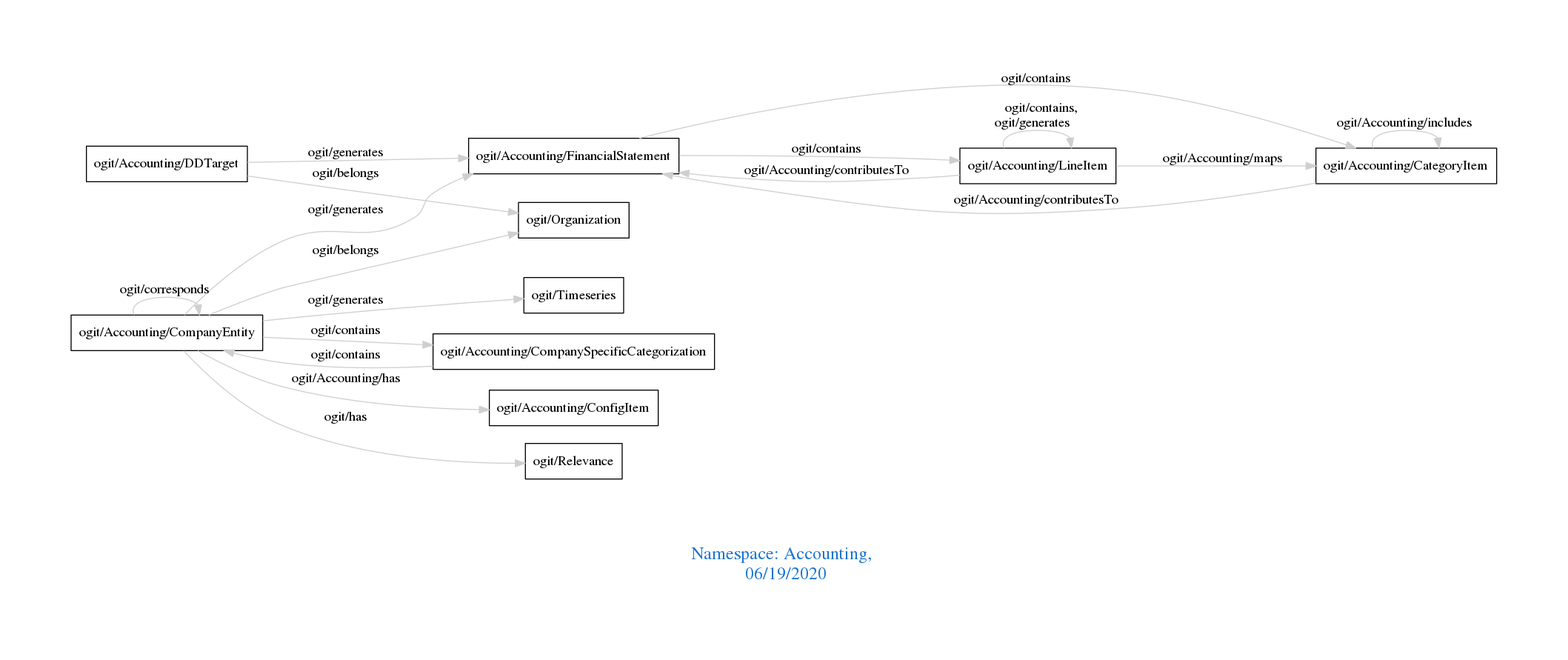
arago/OGIT keeps this Graphviz diagram as downloads/Accounting.png. Above is the earlier version. Its source is kept beside it as downloads/Accounting.dot.
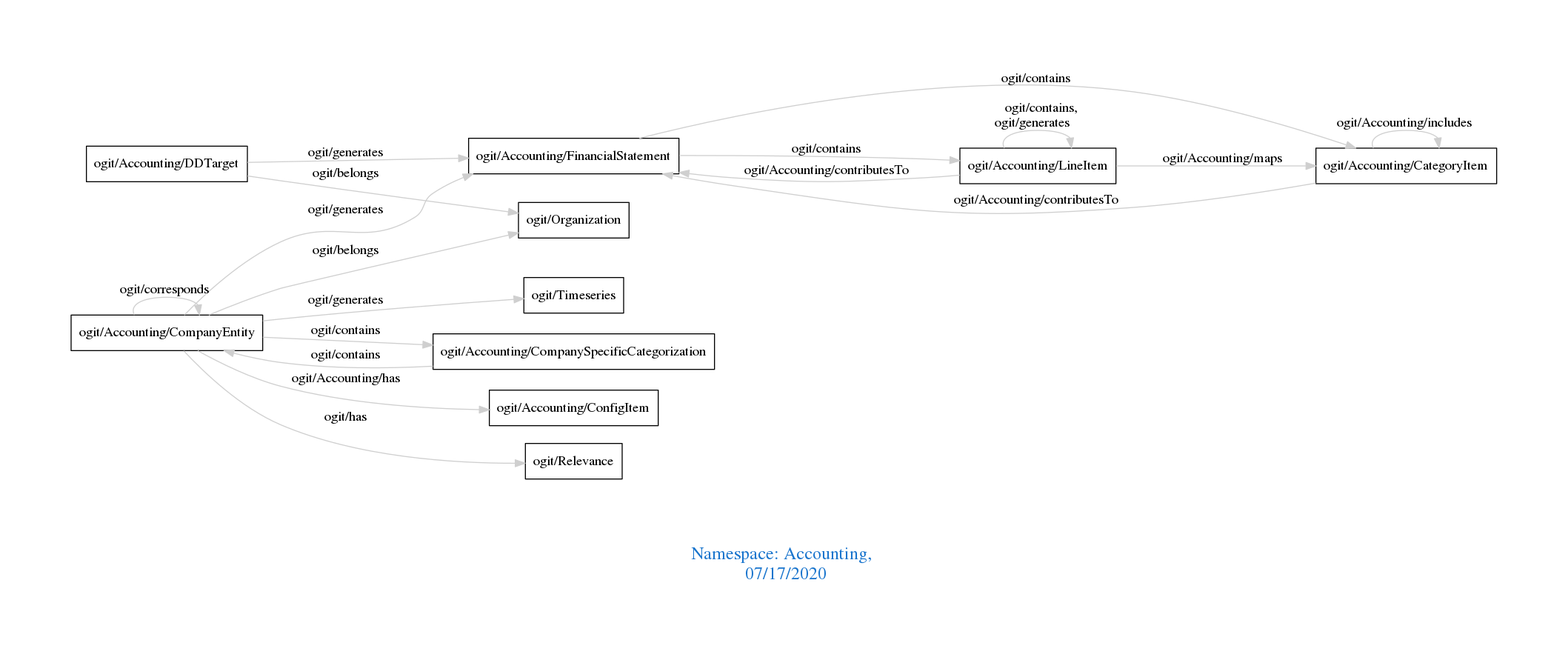
Above is the later version.

Diff of the diagram source:
```diff
@@ -1,7 +1,7 @@
 digraph OGIT_ontology {
  graph [ rankdir= LR,pad=1
 fontsize = 18,
-fontcolor= dodgerblue3,label = "\n\n\nNamespace: Accounting, \n 06/19/2020"];
+fontcolor= dodgerblue3,label = "\n\n\nNamespace: Accounting, \n 07/17/2020"];
 node[shape=polygon];
 edge [  color="gray81"];
 
```
